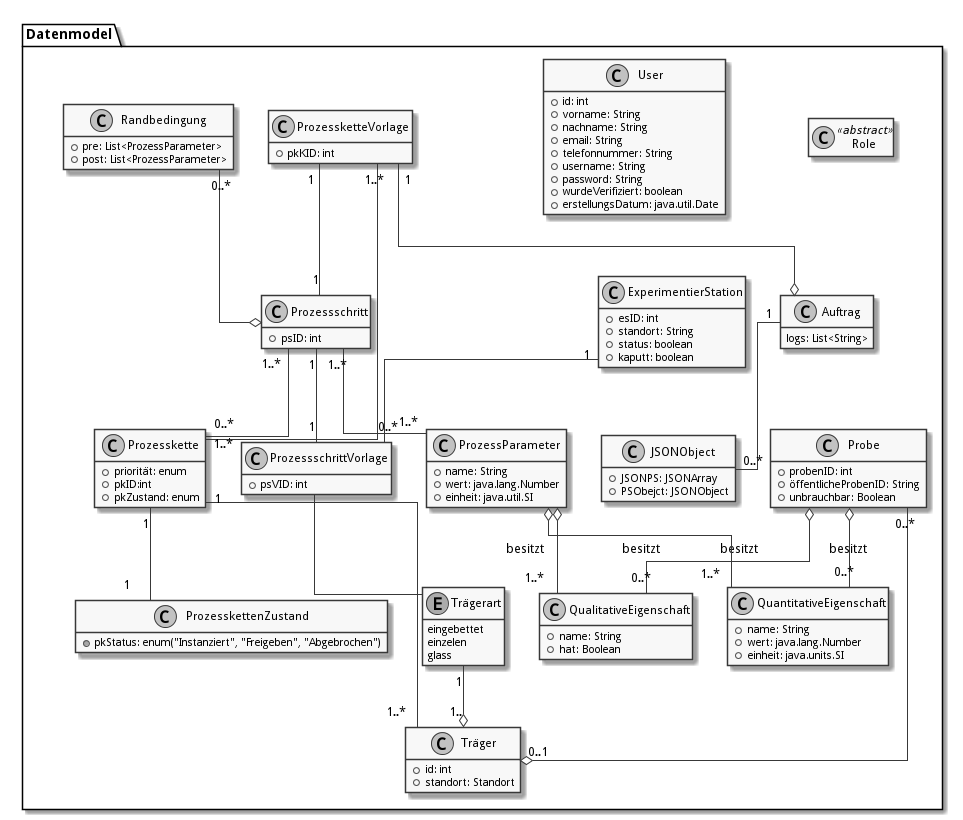
The PlantUML diagram doc/UML/datenModelNurEineID.png in fkehlenb/softwareprojekt-2, before a commit.
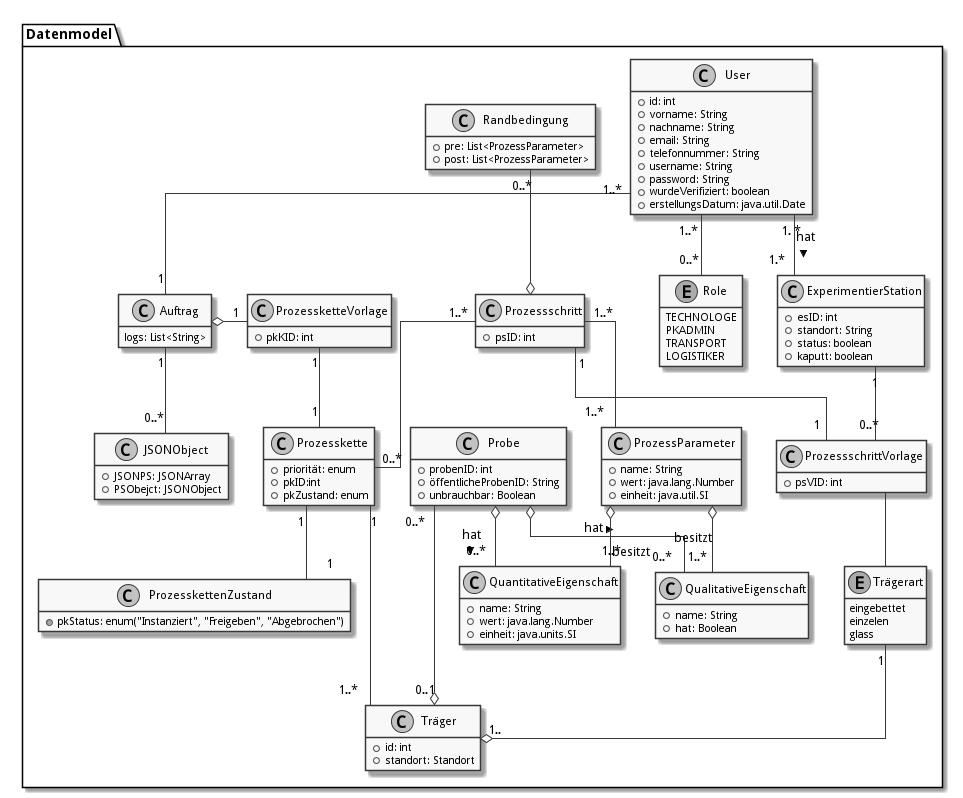
The same diagram one commit later.

Commit message:
korr	igiertesModel

Change to the diagram source:
```diff
@@ -7,104 +7,109 @@
 hide empty members
 
 package Datenmodel {
-  class Role  <<abstract>> {
-  }
+  enum Role{
+  TECHNOLOGE
+  PKADMIN
+  TRANSPORT
+  LOGISTIKER
+}
 
-  class User {
-    +id: int
-    +vorname: String
-    +nachname: String
-    +email: String
-    +telefonnummer: String
-    +username: String
-    +password: String
-    +wurdeVerifiziert: boolean
-    +erstellungsDatum: java.util.Date
+class User {
+  +id: int
+  +vorname: String
+  +nachname: String
+  +email: String
+  +telefonnummer: String
+  +username: String
+  +password: String
+  +wurdeVerifiziert: boolean
+  +erstellungsDatum: java.util.Date
+}
+
+
+class Probe {
+  +probenID: int
+  +öffentlicheProbenID: String
+  +unbrauchbar: Boolean
+}
+
+class Träger {
+  +id: int
+  +standort: Standort
+}
+
+enum Trägerart {
+  eingebettet
+  einzelen
+  glass
+}
+
+class "QualitativeEigenschaft" as qualE {
+  +name: String
+  +hat: Boolean
+}
+
+class "QuantitativeEigenschaft" as quantE {
+  +name: String
+  +wert: java.lang.Number
+  +einheit: java.units.SI
+}
+
+class "Prozessschritt" as ps {
+  +psID: int
+}
+
+class "ProzessschrittVorlage" as psV {
+  +psVID: int
+}
+
+ class "ProzessParameter" as pp {
+    +name: String
+    +wert: java.lang.Number
+    +einheit: java.util.SI
   }
 
 
-  class Probe {
-    +probenID: int
-    +öffentlicheProbenID: String
-    +unbrauchbar: Boolean
-  }
+class "Prozesskette" as pk {
+  +priorität: enum
+  +pkID:int
+  +pkZustand: enum
+}
 
-  class Träger {
-    +id: int
-    +standort: Standort
-  }
+class "ProzessketteVorlage" as pkV {
+    +pkKID: int
+}
 
-  enum Trägerart {
-    eingebettet
-    einzelen
-    glass
-  }
+class "ProzesskettenZustand" as pkZ {
+    +pkStatus: enum("Instanziert", "Freigeben", "Abgebrochen")
+}
 
-  class "QualitativeEigenschaft" as qualE {
-    +name: String
-    +hat: Boolean
-  }
+class "ExperimentierStation" as es {
+  +esID: int
+  +standort: String
+  +status: boolean
+  +kaputt: boolean
+}
 
-  class "QuantitativeEigenschaft" as quantE {
-    +name: String
-    +wert: java.lang.Number
-    +einheit: java.units.SI
-  }
+class "Randbedingung" as rb {
+  +pre: List<ProzessParameter>
+  +post: List<ProzessParameter>
+}
 
-  together {
-    class "Prozessschritt" as ps {
-      +psID: int
-    }
+class JSONObject {
+  +JSONPS: JSONArray
+  +PSObejct: JSONObject
+}
 
-    class "ProzessschrittVorlage" as psV {
-      +psVID: int
-    }
-
-    class "ProzessParameter" as pp {
-      +name: String
-      +wert: java.lang.Number
-      +einheit: java.util.SI
-    }
-  }
+class Auftrag {
+  logs: List<String>
+}
 
 
-    class "Prozesskette" as pk {
-      +priorität: enum
-      +pkID:int
-      +pkZustand: enum
-    }
+  User "1..*" -- "0..*" Role
 
-    class "ProzessketteVorlage" as pkV {
-      +pkKID: int
-    }
-
-    class "ProzesskettenZustand" as pkZ {
-      +pkStatus: enum("Instanziert", "Freigeben", "Abgebrochen")
-    }
-
-  class "ExperimentierStation" as es {
-    +esID: int
-    +standort: String
-    +status: boolean
-    +kaputt: boolean
-  }
-
-  class "Randbedingung" as rb {
-    +pre: List<ProzessParameter>
-    +post: List<ProzessParameter>
-  }
-
-  class JSONObject {
-    +JSONPS: JSONArray
-    +PSObejct: JSONObject
-  }
-
-  class Auftrag {
-  logs: List<String>
-  }
-
-  Probe o-- "0..*"quantE : besitzt
-  Probe o-- "0..*"qualE : besitzt
+  Probe o-- "0..*"quantE : hat >
+  Probe o-- "0..*"qualE : hat >
   Trägerart"1" --o "1.." Träger
   Probe "0..*"--o "0..1" Träger
 
@@ -113,8 +118,7 @@
   ps "1"--"1" psV
   ps "1..*" -- "0..*" pk
 
-  pkV "1" -- "1" ps
-  pkV "1..*" -- "1..*" pk
+  pkV "1" -- "1" pk
 
   pk "1" -- "1" pkZ
   pk "1" -- "1..*" Träger
@@ -129,6 +133,9 @@
 
   Auftrag "1" -down- "0..*" JSONObject
 
-  pkV "1" --o Auftrag
+  pkV "1" -right-o Auftrag
+
+  User "1. *" -- "1.*" es: hat >
+  User "1..*" -- "1" Auftrag
 }
 @enduml
```
